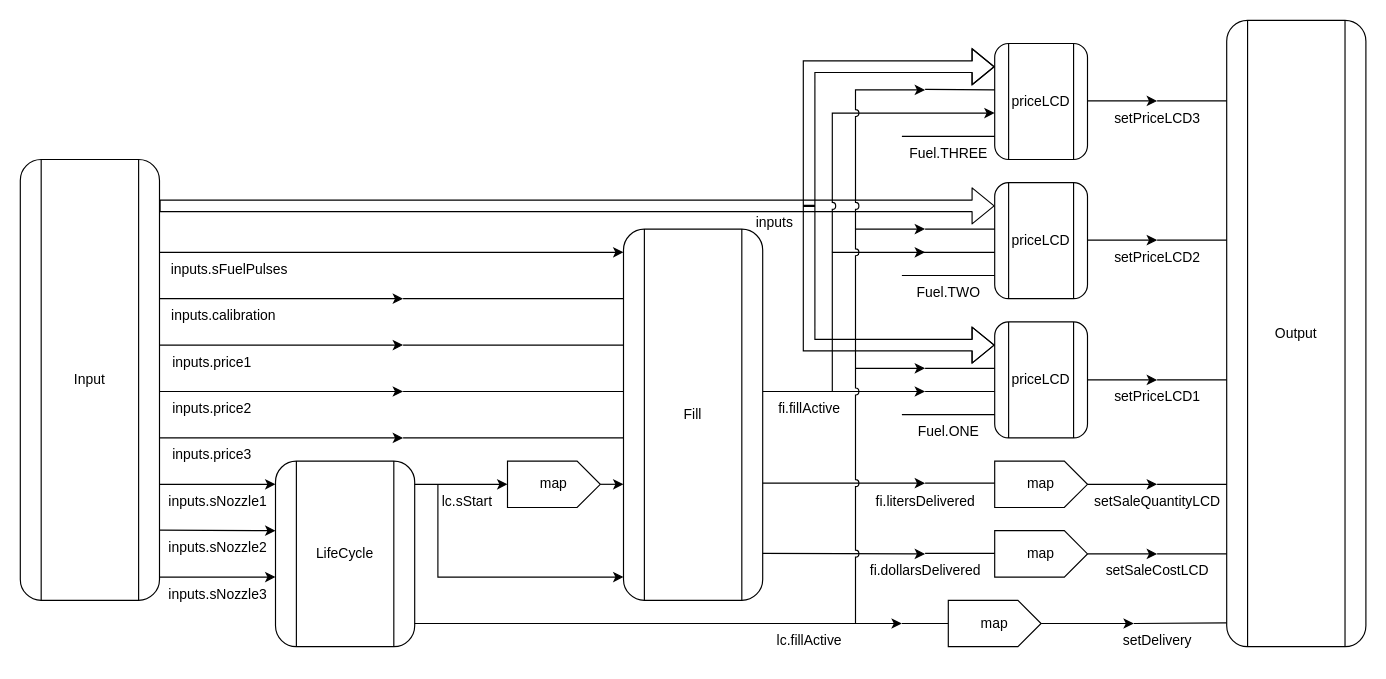
Above: page "ShowDollarsPump" (1 of 2) of ShowDollarsPump.drawio in suzuki-taro-29/FRP-chap4-diagrams (draw.io), before the change. Source tidied: cells renumbered, new cells numbered last; positions are measured from the earlier drawing's top-left corner, leaving out a move shared by most shapes. Both pictures are drawn from the tidied source at 116%, with x=0, y=0 at pixel (20, 20).
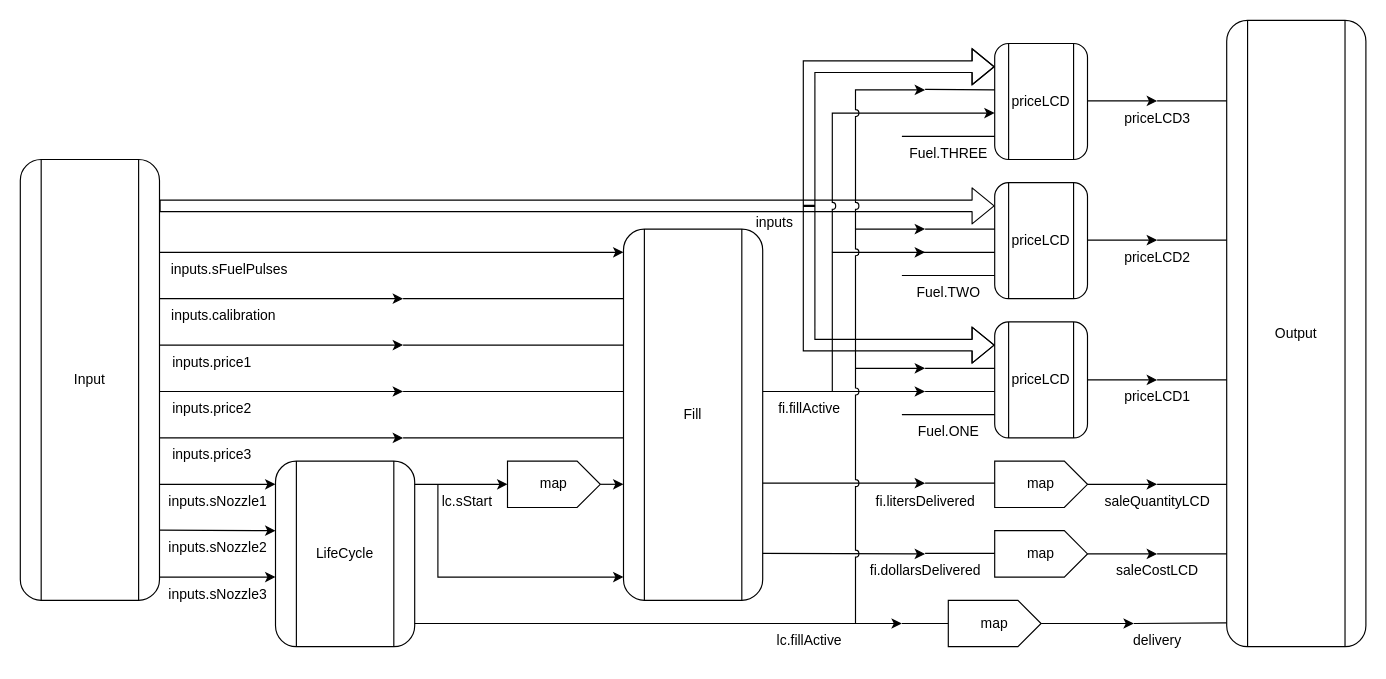
After the change.

Change to the diagram source:
```diff
@@
-    <mxCell id="40" value="setDelivery" style="text;html=1;align=center;verticalAlign=middle;strokeColor=none;fillColor=none;" parent="1" vertex="1">
-      <mxGeometry x="940" y="520" width="80" height="30" as="geometry" />
+    <mxCell id="40" value="delivery" style="text;html=1;align=center;verticalAlign=middle;strokeColor=none;fillColor=none;" parent="1" vertex="1">
+      <mxGeometry x="950" y="520" width="60" height="30" as="geometry" />
     </mxCell>
@@
-    <mxCell id="71" value="setSaleCostLCD" style="text;html=1;align=center;verticalAlign=middle;strokeColor=none;fillColor=none;" parent="1" vertex="1">
-      <mxGeometry x="925" y="460" width="110" height="30" as="geometry" />
+    <mxCell id="71" value="saleCostLCD" style="text;html=1;align=center;verticalAlign=middle;strokeColor=none;fillColor=none;" parent="1" vertex="1">
+      <mxGeometry x="935" y="460" width="90" height="30" as="geometry" />
     </mxCell>
-    <mxCell id="72" value="setSaleQuantityLCD" style="text;html=1;align=center;verticalAlign=middle;strokeColor=none;fillColor=none;" parent="1" vertex="1">
-      <mxGeometry x="915" y="400" width="130" height="30" as="geometry" />
+    <mxCell id="72" value="saleQuantityLCD" style="text;html=1;align=center;verticalAlign=middle;strokeColor=none;fillColor=none;" parent="1" vertex="1">
+      <mxGeometry x="925" y="400" width="110" height="30" as="geometry" />
     </mxCell>
@@
-    <mxCell id="79" value="setPriceLCD1" style="text;html=1;align=center;verticalAlign=middle;strokeColor=none;fillColor=none;" parent="1" vertex="1">
-      <mxGeometry x="930" y="310" width="100" height="30" as="geometry" />
+    <mxCell id="79" value="priceLCD1" style="text;html=1;align=center;verticalAlign=middle;strokeColor=none;fillColor=none;" parent="1" vertex="1">
+      <mxGeometry x="940" y="310" width="80" height="30" as="geometry" />
     </mxCell>
-    <mxCell id="80" value="setPriceLCD2" style="text;html=1;align=center;verticalAlign=middle;strokeColor=none;fillColor=none;" parent="1" vertex="1">
-      <mxGeometry x="930" y="190" width="100" height="30" as="geometry" />
+    <mxCell id="80" value="priceLCD2" style="text;html=1;align=center;verticalAlign=middle;strokeColor=none;fillColor=none;" parent="1" vertex="1">
+      <mxGeometry x="940" y="190" width="80" height="30" as="geometry" />
     </mxCell>
-    <mxCell id="81" value="setPriceLCD3" style="text;html=1;align=center;verticalAlign=middle;strokeColor=none;fillColor=none;" parent="1" vertex="1">
-      <mxGeometry x="930" y="70" width="100" height="30" as="geometry" />
+    <mxCell id="81" value="priceLCD3" style="text;html=1;align=center;verticalAlign=middle;strokeColor=none;fillColor=none;" parent="1" vertex="1">
+      <mxGeometry x="940" y="70" width="80" height="30" as="geometry" />
     </mxCell>
```
